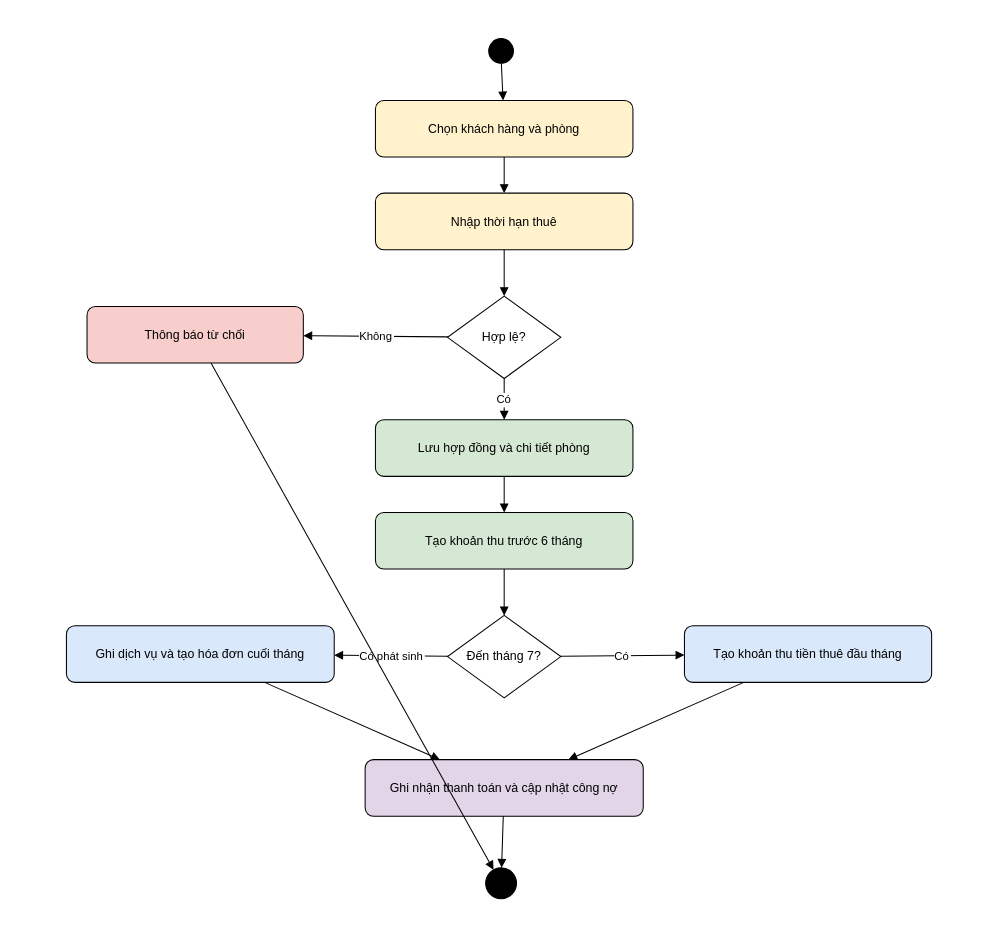
Above: page "4 Activity Diagram" (4 of 5) of LAB_AT_OOSD/LAB08/ThietKe/PhamMinhGiang-12DHCNPM1-ThietKe.drawio in 1250080044-PhamMinhGiang-12DHCNPM1/OOP-Lab (draw.io), before the change. Source tidied: cells renumbered, new cells numbered last; positions are measured from the earlier drawing's top-left corner, leaving out a move shared by most shapes. Both pictures are drawn from the tidied source at 103%, with x=0, y=0 at pixel (66, 38).
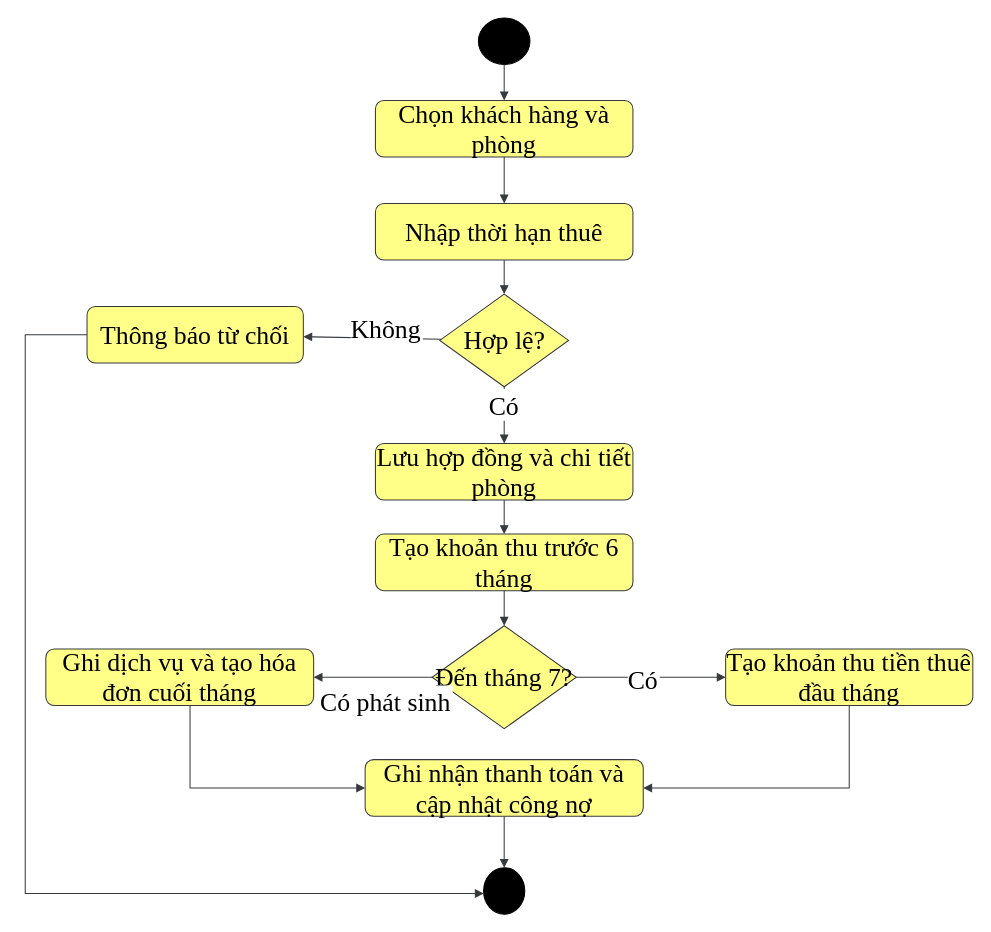
The same diagram, later.

Diff of the diagram source:
```diff
@@
     <mxCell id="2" style="ellipse;html=1;fillColor=#000000;" parent="1" vertex="1">
-      <mxGeometry x="410" width="24" height="24" as="geometry" />
+      <mxGeometry x="400" y="-20" width="50" height="45" as="geometry" />
     </mxCell>
-    <mxCell id="3" value="Chọn khách hàng và phòng" style="rounded=1;whiteSpace=wrap;html=1;fillColor=#fff2cc;" parent="1" vertex="1">
+    <mxCell id="3" value="Chọn khách hàng và phòng" style="rounded=1;whiteSpace=wrap;html=1;fillColor=#ffff88;strokeColor=#36393d;fontFamily=Times New Roman;fontSize=25;" parent="1" vertex="1">
       <mxGeometry x="300" y="60" width="250" height="55" as="geometry" />
     </mxCell>
-    <mxCell id="4" value="Nhập thời hạn thuê" style="rounded=1;whiteSpace=wrap;html=1;fillColor=#fff2cc;" parent="1" vertex="1">
-      <mxGeometry x="300" y="150" width="250" height="55" as="geometry" />
+    <mxCell id="4" value="Nhập thời hạn thuê" style="rounded=1;whiteSpace=wrap;html=1;fillColor=#ffff88;strokeColor=#36393d;fontFamily=Times New Roman;fontSize=25;" parent="1" vertex="1">
+      <mxGeometry x="300" y="160" width="250" height="55" as="geometry" />
     </mxCell>
-    <mxCell id="5" value="Hợp lệ?" style="rhombus;whiteSpace=wrap;html=1;" parent="1" vertex="1">
-      <mxGeometry x="370" y="250" width="110" height="80" as="geometry" />
+    <mxCell id="5" value="Hợp lệ?" style="rhombus;whiteSpace=wrap;html=1;fillColor=#ffff88;strokeColor=#36393d;fontFamily=Times New Roman;fontSize=25;" parent="1" vertex="1">
+      <mxGeometry x="362.5" y="248" width="125" height="90" as="geometry" />
     </mxCell>
-    <mxCell id="6" value="Thông báo từ chối" style="rounded=1;whiteSpace=wrap;html=1;fillColor=#f8cecc;" parent="1" vertex="1">
+    <mxCell id="6" value="Thông báo từ chối" style="rounded=1;whiteSpace=wrap;html=1;fillColor=#ffff88;strokeColor=#36393d;fontFamily=Times New Roman;fontSize=25;" parent="1" vertex="1">
       <mxGeometry x="20" y="260" width="210" height="55" as="geometry" />
     </mxCell>
-    <mxCell id="7" value="Lưu hợp đồng và chi tiết phòng" style="rounded=1;whiteSpace=wrap;html=1;fillColor=#d5e8d4;" parent="1" vertex="1">
-      <mxGeometry x="300" y="370" width="250" height="55" as="geometry" />
+    <mxCell id="7" value="Lưu hợp đồng và chi tiết phòng" style="rounded=1;whiteSpace=wrap;html=1;fillColor=#ffff88;strokeColor=#36393d;fontFamily=Times New Roman;fontSize=25;" parent="1" vertex="1">
+      <mxGeometry x="300" y="393" width="250" height="55" as="geometry" />
     </mxCell>
-    <mxCell id="8" value="Tạo khoản thu trước 6 tháng" style="rounded=1;whiteSpace=wrap;html=1;fillColor=#d5e8d4;" parent="1" vertex="1">
-      <mxGeometry x="300" y="460" width="250" height="55" as="geometry" />
+    <mxCell id="8" value="Tạo khoản thu trước 6 tháng" style="rounded=1;whiteSpace=wrap;html=1;fillColor=#ffff88;strokeColor=#36393d;fontFamily=Times New Roman;fontSize=25;" parent="1" vertex="1">
+      <mxGeometry x="300" y="481" width="250" height="55" as="geometry" />
     </mxCell>
-    <mxCell id="9" value="Đến tháng 7?" style="rhombus;whiteSpace=wrap;html=1;" parent="1" vertex="1">
-      <mxGeometry x="370" y="560" width="110" height="80" as="geometry" />
+    <mxCell id="9" value="Đến tháng 7?" style="rhombus;whiteSpace=wrap;html=1;fillColor=#ffff88;strokeColor=#36393d;fontFamily=Times New Roman;fontSize=25;" parent="1" vertex="1">
+      <mxGeometry x="355" y="570" width="140" height="100" as="geometry" />
     </mxCell>
-    <mxCell id="10" value="Tạo khoản thu tiền thuê đầu tháng" style="rounded=1;whiteSpace=wrap;html=1;fillColor=#dae8fc;" parent="1" vertex="1">
-      <mxGeometry x="600" y="570" width="240" height="55" as="geometry" />
+    <mxCell id="10" value="Tạo khoản thu tiền thuê đầu tháng" style="rounded=1;whiteSpace=wrap;html=1;fillColor=#ffff88;strokeColor=#36393d;fontFamily=Times New Roman;fontSize=25;" parent="1" vertex="1">
+      <mxGeometry x="640" y="592.5" width="240" height="55" as="geometry" />
     </mxCell>
-    <mxCell id="11" value="Ghi dịch vụ và tạo hóa đơn cuối tháng" style="rounded=1;whiteSpace=wrap;html=1;fillColor=#dae8fc;" parent="1" vertex="1">
-      <mxGeometry y="570" width="260" height="55" as="geometry" />
+    <mxCell id="11" value="Ghi dịch vụ và tạo hóa đơn cuối tháng" style="rounded=1;whiteSpace=wrap;html=1;fillColor=#ffff88;strokeColor=#36393d;fontFamily=Times New Roman;fontSize=25;" parent="1" vertex="1">
+      <mxGeometry x="-20" y="592.5" width="260" height="55" as="geometry" />
     </mxCell>
-    <mxCell id="12" value="Ghi nhận thanh toán và cập nhật công nợ" style="rounded=1;whiteSpace=wrap;html=1;fillColor=#e1d5e7;" parent="1" vertex="1">
+    <mxCell id="12" value="Ghi nhận thanh toán và cập nhật công nợ" style="rounded=1;whiteSpace=wrap;html=1;fillColor=#ffff88;strokeColor=#36393d;fontFamily=Times New Roman;fontSize=25;" parent="1" vertex="1">
       <mxGeometry x="290" y="700" width="270" height="55" as="geometry" />
     </mxCell>
     <mxCell id="13" style="ellipse;html=1;shape=doubleEllipse;fillColor=#000000;" parent="1" vertex="1">
-      <mxGeometry x="407" y="805" width="30" height="30" as="geometry" />
+      <mxGeometry x="405" y="805" width="40" height="45" as="geometry" />
     </mxCell>
-    <mxCell id="14" style="endArrow=block;" parent="1" edge="1" source="2" target="3">
+    <mxCell id="14" style="endArrow=block;fillColor=#ffff88;strokeColor=#36393d;" parent="1" edge="1" source="2" target="3">
       <mxGeometry relative="1" as="geometry" />
     </mxCell>
-    <mxCell id="15" style="endArrow=block;" parent="1" edge="1" source="3" target="4">
+    <mxCell id="15" style="endArrow=block;fillColor=#ffff88;strokeColor=#36393d;fontFamily=Times New Roman;fontSize=25;" parent="1" edge="1" source="3" target="4">
       <mxGeometry relative="1" as="geometry" />
     </mxCell>
-    <mxCell id="16" style="endArrow=block;" parent="1" edge="1" source="4" target="5">
+    <mxCell id="16" style="endArrow=block;fillColor=#ffff88;strokeColor=#36393d;fontFamily=Times New Roman;fontSize=25;" parent="1" edge="1" source="4" target="5">
       <mxGeometry relative="1" as="geometry" />
     </mxCell>
-    <mxCell id="17" value="Không" style="endArrow=block;" parent="1" edge="1" source="5" target="6">
-      <mxGeometry relative="1" as="geometry" />
+    <mxCell id="17" value="Không" style="endArrow=block;fillColor=#ffff88;strokeColor=#36393d;fontFamily=Times New Roman;fontSize=25;" parent="1" edge="1" source="5" target="6">
+      <mxGeometry x="-0.19" y="-11" relative="1" as="geometry" />
     </mxCell>
-    <mxCell id="18" value="Có" style="endArrow=block;" parent="1" edge="1" source="5" target="7">
-      <mxGeometry relative="1" as="geometry" />
+    <mxCell id="18" value="Có" style="endArrow=block;fillColor=#ffff88;strokeColor=#36393d;fontFamily=Times New Roman;fontSize=25;" parent="1" edge="1" source="5" target="7">
+      <mxGeometry x="-0.43" relative="1" as="geometry" />
     </mxCell>
-    <mxCell id="19" style="endArrow=block;" parent="1" edge="1" source="7" target="8">
+    <mxCell id="19" style="endArrow=block;fillColor=#ffff88;strokeColor=#36393d;fontFamily=Times New Roman;fontSize=25;" parent="1" edge="1" source="7" target="8">
       <mxGeometry relative="1" as="geometry" />
     </mxCell>
-    <mxCell id="20" style="endArrow=block;" parent="1" edge="1" source="8" target="9">
+    <mxCell id="20" style="endArrow=block;fillColor=#ffff88;strokeColor=#36393d;fontFamily=Times New Roman;fontSize=25;" parent="1" edge="1" source="8" target="9">
       <mxGeometry relative="1" as="geometry" />
     </mxCell>
-    <mxCell id="21" value="Có" style="endArrow=block;" parent="1" edge="1" source="9" target="10">
-      <mxGeometry relative="1" as="geometry" />
+    <mxCell id="21" value="Có" style="endArrow=block;fillColor=#ffff88;strokeColor=#36393d;fontFamily=Times New Roman;fontSize=25;" parent="1" edge="1" source="9" target="10">
+      <mxGeometry x="-0.1" relative="1" as="geometry" />
     </mxCell>
-    <mxCell id="22" value="Có phát sinh" style="endArrow=block;" parent="1" edge="1" source="9" target="11">
-      <mxGeometry relative="1" as="geometry" />
+    <mxCell id="22" value="Có phát sinh" style="endArrow=block;fillColor=#ffff88;strokeColor=#36393d;fontFamily=Times New Roman;fontSize=25;" parent="1" edge="1" source="9" target="11">
+      <mxGeometry x="-0.22" y="22" relative="1" as="geometry" />
     </mxCell>
-    <mxCell id="23" style="endArrow=block;" parent="1" edge="1" source="10" target="12">
-      <mxGeometry relative="1" as="geometry" />
+    <mxCell id="23" style="endArrow=block;fillColor=#ffff88;strokeColor=#36393d;fontFamily=Times New Roman;fontSize=25;rounded=0;edgeStyle=orthogonalEdgeStyle;" parent="1" edge="1" source="10" target="12">
+      <mxGeometry x="0.13" relative="1" as="geometry">
+        <Array as="points">
+          <mxPoint x="760" y="727.5" />
+        </Array>
+      </mxGeometry>
     </mxCell>
-    <mxCell id="24" style="endArrow=block;" parent="1" edge="1" source="11" target="12">
-      <mxGeometry relative="1" as="geometry" />
+    <mxCell id="24" style="endArrow=block;fillColor=#ffff88;strokeColor=#36393d;fontFamily=Times New Roman;fontSize=25;rounded=0;edgeStyle=orthogonalEdgeStyle;" parent="1" edge="1" source="11" target="12">
+      <mxGeometry relative="1" as="geometry">
+        <Array as="points">
+          <mxPoint x="120" y="727.5" />
+        </Array>
+      </mxGeometry>
     </mxCell>
-    <mxCell id="25" style="endArrow=block;" parent="1" edge="1" source="12" target="13">
+    <mxCell id="25" style="endArrow=block;fillColor=#ffff88;strokeColor=#36393d;fontFamily=Times New Roman;fontSize=25;" parent="1" edge="1" source="12" target="13">
       <mxGeometry relative="1" as="geometry" />
     </mxCell>
-    <mxCell id="26" style="endArrow=block;" parent="1" edge="1" source="6" target="13">
-      <mxGeometry relative="1" as="geometry" />
+    <mxCell id="26" style="endArrow=block;fillColor=#ffff88;strokeColor=#36393d;fontFamily=Times New Roman;fontSize=25;edgeStyle=orthogonalEdgeStyle;rounded=0;curved=0;" parent="1" edge="1" source="6" target="13">
+      <mxGeometry x="-0.01" relative="1" as="geometry">
+        <Array as="points">
+          <mxPoint x="-40" y="287.5" />
+          <mxPoint x="-40" y="830" />
+        </Array>
+      </mxGeometry>
     </mxCell>
```
